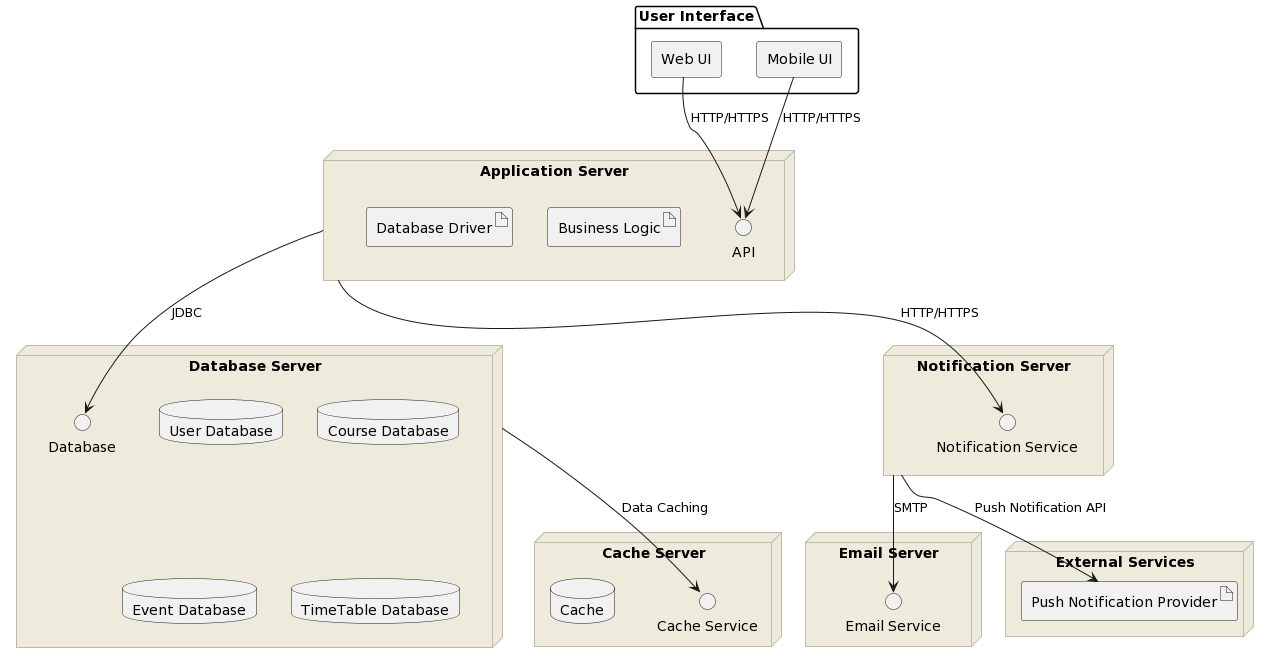
This is SMA/lab7/pictures/deployment.png from geekylthyosaur/lpnu, a PlantUML export, as it was before one commit. The source it was exported from:
```plantuml
@startuml
skinparam node {
  BackgroundColor #EEEBDC
  BorderColor #BDBAA7
}

package "User Interface" as userInterface {
  rectangle "Web UI" as webUI
  rectangle "Mobile UI" as mobileUI
}

node "Application Server" as appServer {
  interface "API" as api
  artifact "Business Logic" as logicArtifact
  artifact "Database Driver" as dbDriverArtifact
}

node "Database Server" as dbServer {
  interface "Database" as databaseInterface
  database "User Database" as userDB
  database "Course Database" as courseDB
  database "Event Database" as eventDB
  database "TimeTable Database"
}

node "Cache Server" as cacheServer {
  interface "Cache Service" as cacheService
  database "Cache" as cache
}

node "Email Server" as emailServer {
  interface "Email Service" as emailService
}

node "Notification Server" as notificationServer {
  interface "Notification Service" as notificationService
}

node "External Services" as externalSystems {
  artifact "Push Notification Provider" as pushNotificationProvider
}

webUI -down-> api : HTTP/HTTPS
mobileUI -down-> api : HTTP/HTTPS

appServer --> databaseInterface : JDBC

dbServer -down-> cacheService : Data Caching

notificationServer --> emailService : SMTP

appServer -down-> notificationService : HTTP/HTTPS
notificationServer --> pushNotificationProvider : Push Notification API
@enduml
```
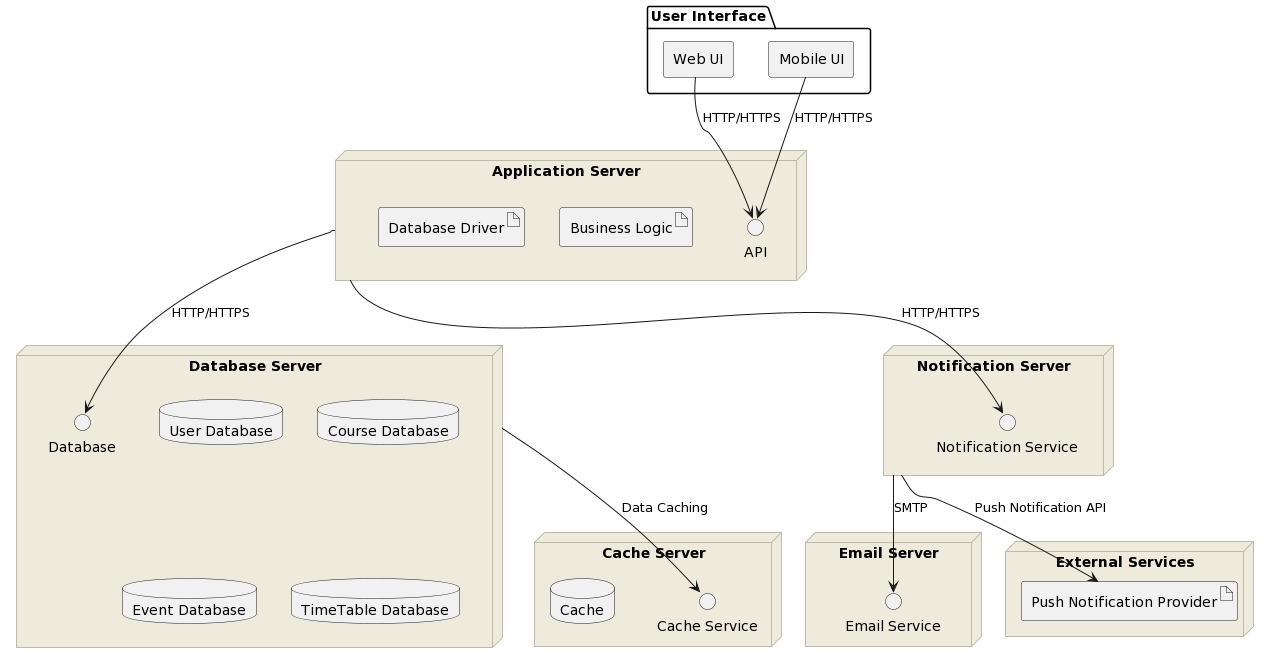
Above is the later version.

Diff of the diagram source:
```diff
@@ -43,7 +43,7 @@
 webUI -down-> api : HTTP/HTTPS
 mobileUI -down-> api : HTTP/HTTPS
 
-appServer --> databaseInterface : JDBC
+appServer --> databaseInterface : HTTP/HTTPS
 
 dbServer -down-> cacheService : Data Caching
 
```
